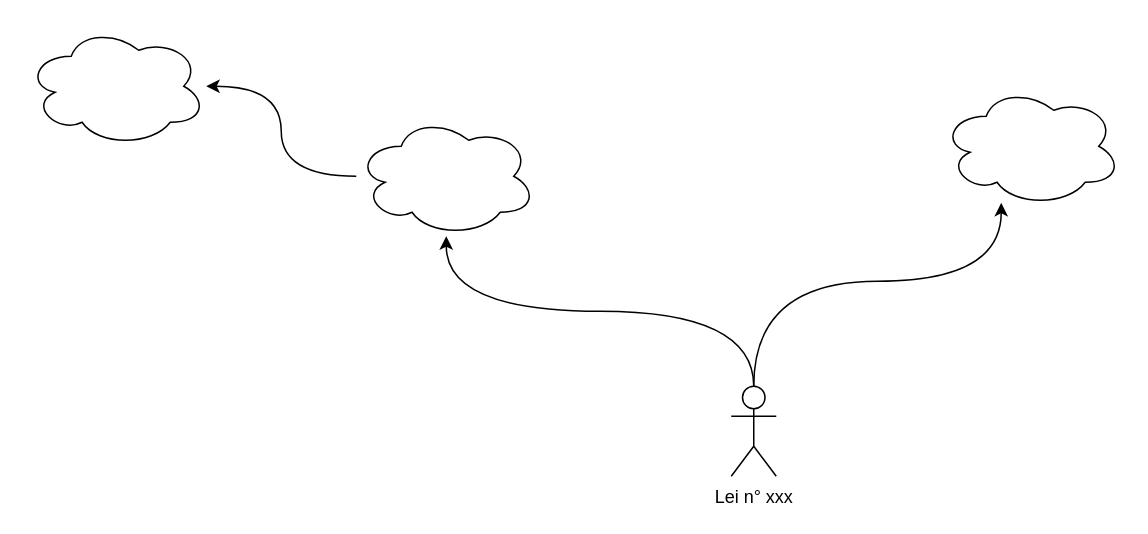
Earlier version of the draw.io diagram Diagrama sem nome.drawio (ppscarvalho/draw.io). Source tidied: cells renumbered, new cells numbered last; positions are measured from the earlier drawing's top-left corner, leaving out a move shared by most shapes. Both pictures are drawn from the tidied source at 150%, with x=0, y=0 at pixel (26, 26).
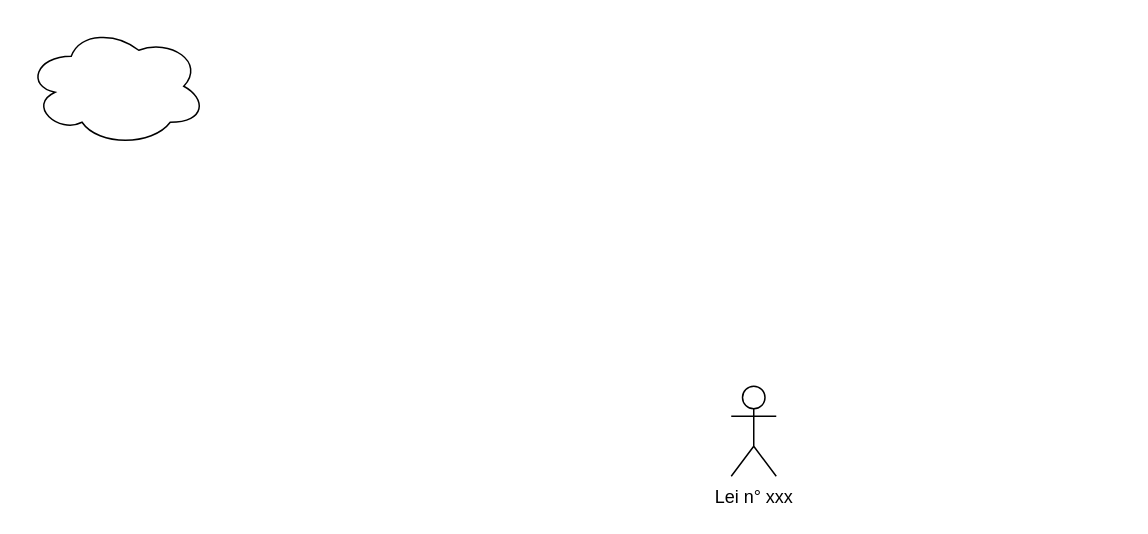
After the change.

What changed in the source:
```diff
@@
 <mxGraphModel>
   <root>
     <mxCell id="0" />
     <mxCell id="1" parent="0" />
-    <mxCell id="2" style="edgeStyle=orthogonalEdgeStyle;rounded=0;jettySize=auto;html=1;curved=1;" parent="1" edge="1" source="4" target="6">
-      <mxGeometry relative="1" as="geometry">
-        <Array as="points">
-          <mxPoint x="485" y="190" />
-          <mxPoint x="280" y="190" />
-        </Array>
-      </mxGeometry>
-    </mxCell>
-    <mxCell id="3" style="edgeStyle=orthogonalEdgeStyle;rounded=0;jettySize=auto;html=1;curved=1;" parent="1" edge="1" source="4" target="7">
-      <mxGeometry relative="1" as="geometry">
-        <Array as="points">
-          <mxPoint x="485" y="170" />
-          <mxPoint x="650" y="170" />
-        </Array>
-      </mxGeometry>
-    </mxCell>
     <mxCell id="4" value="Lei n° xxx" style="shape=umlActor;verticalLabelPosition=bottom;verticalAlign=top;html=1;outlineConnect=0;" parent="1" vertex="1">
       <mxGeometry x="470" y="240" width="30" height="60" as="geometry" />
     </mxCell>
-    <mxCell id="5" style="edgeStyle=orthogonalEdgeStyle;rounded=0;jettySize=auto;html=1;curved=1;" parent="1" edge="1" source="6" target="8">
-      <mxGeometry relative="1" as="geometry" />
-    </mxCell>
-    <mxCell id="6" style="ellipse;shape=cloud;whiteSpace=wrap;html=1;verticalAlign=top;" parent="1" vertex="1">
-      <mxGeometry x="220" y="60" width="120" height="80" as="geometry" />
-    </mxCell>
-    <mxCell id="7" style="ellipse;shape=cloud;whiteSpace=wrap;html=1;verticalAlign=top;" parent="1" vertex="1">
-      <mxGeometry x="610" y="40" width="120" height="80" as="geometry" />
-    </mxCell>
     <mxCell id="8" style="ellipse;shape=cloud;whiteSpace=wrap;html=1;verticalAlign=top;" parent="1" vertex="1">
       <mxGeometry width="120" height="80" as="geometry" />
     </mxCell>
   </root>
 </mxGraphModel>
```
